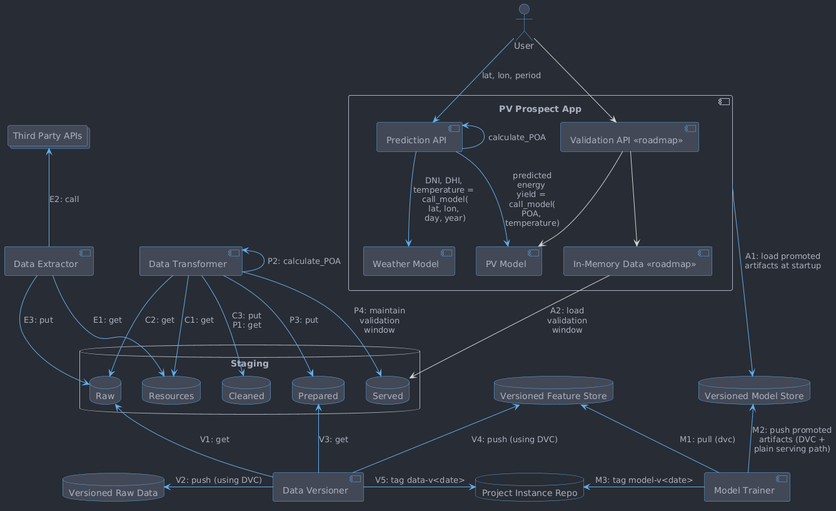
rjferrier/pv-prospect keeps this PlantUML diagram as doc/architecture.png. Above is the earlier version. Its diagram source:
```plantuml
@startuml

!include theme.puml


collections "Third Party APIs" as ThirdPartyAPIs

database Staging {
  database "Resources" as StagingResources
  database "Raw" as StagingRaw
  database "Cleaned" as StagingCleaned
  database "Prepared" as StagingPrepared
  database "Served" as StagingServed
}

database "Versioned Raw Data" as VersionedRaw
database "Versioned Feature Store" as VersionedFeature

database "Versioned Model Store" as VersionedModel

component "Model Trainer" as ModelTrainer

component "Data Extractor" as DataExtractor
component "Data Transformer" as DataTransformer
component "Data Versioner" as DataVersioner
database "Project Instance Repo" as ProjectInstanceRepo #transparent

component "PV Prospect App" as PvProspectApp {
  component "Prediction API" as PredictionApi
  component "Weather Model" as WeatherModel
  component "PV Model" as PvModel
  component "Validation API <<roadmap>>" as ValidationApi
  component "In-Memory Data <<roadmap>>" as InMemoryData
}

actor User


User --> PredictionApi : lat, lon, period

PredictionApi --> WeatherModel : DNI, DHI, \ntemperature = \ncall_model(\nlat, lon, \nday, year)
PredictionApi <- PredictionApi : calculate_POA
PredictionApi --> PvModel : predicted\nenergy \nyield = \ncall_model(\nPOA, \ntemperature)

User -[#lightgray]-> ValidationApi
ValidationApi -[#lightgray]-> PvModel
ValidationApi -[#lightgray]-> InMemoryData
InMemoryData -[#lightgray]-> StagingServed : A2: load\nvalidation\nwindow

ThirdPartyAPIs <-- DataExtractor : E2: call

StagingResources <-- DataExtractor: E1: get
DataExtractor --> StagingRaw : E3: put

DataTransformer --> StagingResources : C1: get
DataTransformer --> StagingRaw : C2: get
DataTransformer --> StagingCleaned : C3: put\nP1: get
DataTransformer <- DataTransformer : P2: calculate_POA
DataTransformer --> StagingPrepared : P3: put
DataTransformer --> StagingServed : P4: maintain\nvalidation\nwindow
StagingResources -[hidden]> StagingRaw
StagingRaw -[hidden]> StagingCleaned
StagingCleaned -[hidden]> StagingPrepared
StagingPrepared -[hidden]> StagingServed

component "Data Transformer" as DataTransformer

StagingRaw <-- DataVersioner : V1: get
VersionedRaw <- DataVersioner : V2: push (using DVC)

StagingPrepared <-- DataVersioner : V3: get
VersionedFeature <-- DataVersioner : V4: push (using DVC)
DataVersioner -> ProjectInstanceRepo : V5: tag data-v<date>

VersionedFeature <-- ModelTrainer : M1: pull (dvc)
VersionedModel <-- ModelTrainer : M2: push promoted\nartifacts (DVC +\nplain serving path)
ProjectInstanceRepo <- ModelTrainer : M3: tag model-v<date>

PvProspectApp ---> VersionedModel : A1: load promoted\nartifacts at startup

@enduml
```
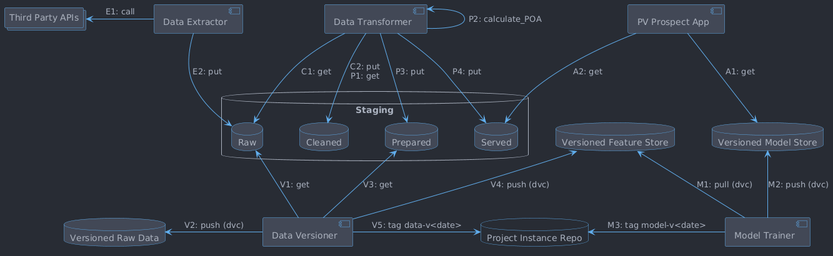
The same file after the commit.

Change to the diagram source:
```diff
@@ -2,15 +2,17 @@
 
 !include theme.puml
 
+skinparam nodesep 60
+skinparam ranksep 90
+skinparam rankdir TB
 
 collections "Third Party APIs" as ThirdPartyAPIs
 
 database Staging {
-  database "Resources" as StagingResources
-  database "Raw" as StagingRaw
-  database "Cleaned" as StagingCleaned
-  database "Prepared" as StagingPrepared
-  database "Served" as StagingServed
+    database "Raw" as StagingRaw
+    database "Cleaned" as StagingCleaned
+    database "Prepared" as StagingPrepared
+    database "Served" as StagingServed
 }
 
 database "Versioned Raw Data" as VersionedRaw
@@ -25,57 +27,38 @@
 component "Data Versioner" as DataVersioner
 database "Project Instance Repo" as ProjectInstanceRepo #transparent
 
-component "PV Prospect App" as PvProspectApp {
-  component "Prediction API" as PredictionApi
-  component "Weather Model" as WeatherModel
-  component "PV Model" as PvModel
-  component "Validation API <<roadmap>>" as ValidationApi
-  component "In-Memory Data <<roadmap>>" as InMemoryData
-}
-
-actor User
+component "PV Prospect App" as PvProspectApp
 
 
-User --> PredictionApi : lat, lon, period
 
-PredictionApi --> WeatherModel : DNI, DHI, \ntemperature = \ncall_model(\nlat, lon, \nday, year)
-PredictionApi <- PredictionApi : calculate_POA
-PredictionApi --> PvModel : predicted\nenergy \nyield = \ncall_model(\nPOA, \ntemperature)
+StagingCleaned -[hidden]> StagingPrepared
+StagingRaw -[hidden]> StagingCleaned
+StagingPrepared -[hidden]> StagingServed
 
-User -[#lightgray]-> ValidationApi
-ValidationApi -[#lightgray]-> PvModel
-ValidationApi -[#lightgray]-> InMemoryData
-InMemoryData -[#lightgray]-> StagingServed : A2: load\nvalidation\nwindow
 
-ThirdPartyAPIs <-- DataExtractor : E2: call
+PvProspectApp --> VersionedModel : A1: get
+PvProspectApp --> StagingServed : A2: get
 
-StagingResources <-- DataExtractor: E1: get
-DataExtractor --> StagingRaw : E3: put
 
-DataTransformer --> StagingResources : C1: get
-DataTransformer --> StagingRaw : C2: get
-DataTransformer --> StagingCleaned : C3: put\nP1: get
+ThirdPartyAPIs <- DataExtractor : E1: call
+DataExtractor --> StagingRaw : E2: put
+
+DataTransformer --> StagingRaw : C1: get
+DataTransformer --> StagingCleaned : C2: put\nP1: get
+
 DataTransformer <- DataTransformer : P2: calculate_POA
 DataTransformer --> StagingPrepared : P3: put
-DataTransformer --> StagingServed : P4: maintain\nvalidation\nwindow
-StagingResources -[hidden]> StagingRaw
-StagingRaw -[hidden]> StagingCleaned
-StagingCleaned -[hidden]> StagingPrepared
-StagingPrepared -[hidden]> StagingServed
-
-component "Data Transformer" as DataTransformer
+DataTransformer --> StagingServed : P4: put
 
 StagingRaw <-- DataVersioner : V1: get
-VersionedRaw <- DataVersioner : V2: push (using DVC)
+VersionedRaw <- DataVersioner : V2: push (dvc)
 
 StagingPrepared <-- DataVersioner : V3: get
-VersionedFeature <-- DataVersioner : V4: push (using DVC)
+VersionedFeature <-- DataVersioner : V4: push (dvc)
 DataVersioner -> ProjectInstanceRepo : V5: tag data-v<date>
 
 VersionedFeature <-- ModelTrainer : M1: pull (dvc)
-VersionedModel <-- ModelTrainer : M2: push promoted\nartifacts (DVC +\nplain serving path)
+VersionedModel <-- ModelTrainer : M2: push (dvc)
 ProjectInstanceRepo <- ModelTrainer : M3: tag model-v<date>
 
-PvProspectApp ---> VersionedModel : A1: load promoted\nartifacts at startup
-
 @enduml
```
